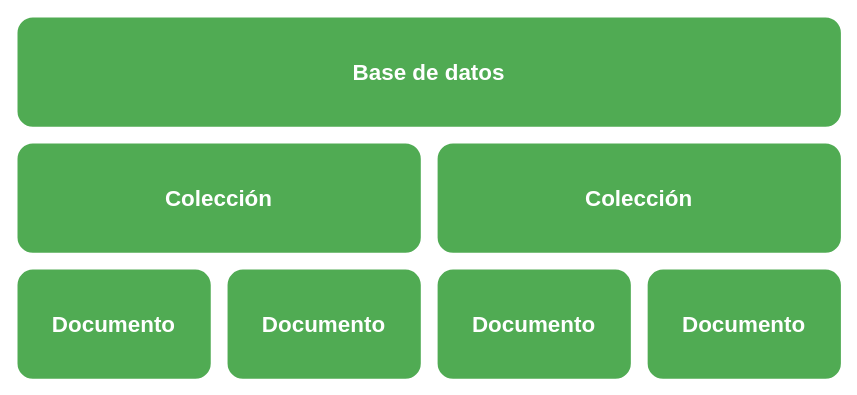
Before: imagenes/notas_de_mongodb/componentes_de_mongodb.svg, a diagram exported from draw.io (joseesco24/notas_de_desarrollo). Source tidied: cells renumbered, new cells last; positions are measured from the earlier drawing's top-left corner, leaving out a move shared by most shapes.
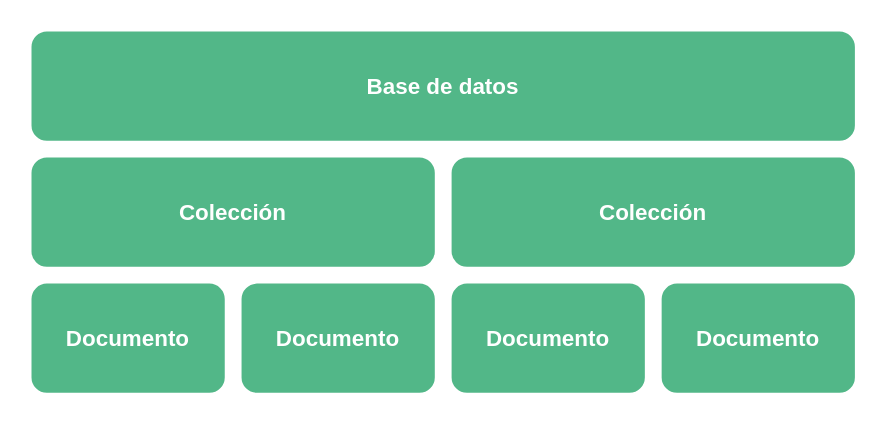
The same file after the commit.

Commit message:
mejoas en las graficas de las notas de mongodb

What changed in the source:
```diff
@@ -2,25 +2,25 @@
   <root>
     <mxCell id="0" />
     <mxCell id="1" parent="0" />
-    <mxCell id="2" value="&lt;b&gt;&lt;font color=&quot;#ffffff&quot; style=&quot;font-size: 16px&quot;&gt;Documento&lt;/font&gt;&lt;/b&gt;" style="rounded=1;whiteSpace=wrap;html=1;strokeWidth=2;fillColor=#50AB53;strokeColor=#FFFFFF;" parent="1" vertex="1">
+    <mxCell id="2" value="&lt;b&gt;&lt;font color=&quot;#ffffff&quot; style=&quot;font-size: 16px&quot;&gt;Documento&lt;/font&gt;&lt;/b&gt;" style="rounded=1;whiteSpace=wrap;html=1;strokeWidth=2;strokeColor=#FFFFFF;fillColor=#52B788;" parent="1" vertex="1">
       <mxGeometry x="300" y="180" width="140" height="80" as="geometry" />
     </mxCell>
-    <mxCell id="3" value="&lt;b&gt;&lt;font color=&quot;#ffffff&quot; style=&quot;font-size: 16px&quot;&gt;Documento&lt;/font&gt;&lt;/b&gt;" style="rounded=1;whiteSpace=wrap;html=1;strokeWidth=2;fillColor=#50AB53;strokeColor=#FFFFFF;" parent="1" vertex="1">
+    <mxCell id="3" value="&lt;b&gt;&lt;font color=&quot;#ffffff&quot; style=&quot;font-size: 16px&quot;&gt;Documento&lt;/font&gt;&lt;/b&gt;" style="rounded=1;whiteSpace=wrap;html=1;strokeWidth=2;strokeColor=#FFFFFF;fillColor=#52B788;" parent="1" vertex="1">
       <mxGeometry x="450" y="180" width="140" height="80" as="geometry" />
     </mxCell>
-    <mxCell id="4" value="&lt;b&gt;&lt;font color=&quot;#ffffff&quot; style=&quot;font-size: 16px&quot;&gt;Documento&lt;/font&gt;&lt;/b&gt;" style="rounded=1;whiteSpace=wrap;html=1;strokeWidth=2;fillColor=#50AB53;strokeColor=#FFFFFF;" parent="1" vertex="1">
+    <mxCell id="4" value="&lt;b&gt;&lt;font color=&quot;#ffffff&quot; style=&quot;font-size: 16px&quot;&gt;Documento&lt;/font&gt;&lt;/b&gt;" style="rounded=1;whiteSpace=wrap;html=1;strokeWidth=2;strokeColor=#FFFFFF;fillColor=#52B788;" parent="1" vertex="1">
       <mxGeometry x="150" y="180" width="140" height="80" as="geometry" />
     </mxCell>
-    <mxCell id="5" value="&lt;b&gt;&lt;font color=&quot;#ffffff&quot; style=&quot;font-size: 16px&quot;&gt;Documento&lt;/font&gt;&lt;/b&gt;" style="rounded=1;whiteSpace=wrap;html=1;strokeWidth=2;fillColor=#50AB53;strokeColor=#FFFFFF;" parent="1" vertex="1">
+    <mxCell id="5" value="&lt;b&gt;&lt;font color=&quot;#ffffff&quot; style=&quot;font-size: 16px&quot;&gt;Documento&lt;/font&gt;&lt;/b&gt;" style="rounded=1;whiteSpace=wrap;html=1;strokeWidth=2;strokeColor=#FFFFFF;fillColor=#52B788;" parent="1" vertex="1">
       <mxGeometry y="180" width="140" height="80" as="geometry" />
     </mxCell>
-    <mxCell id="6" value="&lt;b&gt;&lt;font color=&quot;#ffffff&quot; style=&quot;font-size: 16px&quot;&gt;Colección&lt;/font&gt;&lt;/b&gt;" style="rounded=1;whiteSpace=wrap;html=1;strokeWidth=2;fillColor=#50AB53;strokeColor=#FFFFFF;" parent="1" vertex="1">
+    <mxCell id="6" value="&lt;b&gt;&lt;font color=&quot;#ffffff&quot; style=&quot;font-size: 16px&quot;&gt;Colección&lt;/font&gt;&lt;/b&gt;" style="rounded=1;whiteSpace=wrap;html=1;strokeWidth=2;strokeColor=#FFFFFF;fillColor=#52B788;" parent="1" vertex="1">
       <mxGeometry y="90" width="290" height="80" as="geometry" />
     </mxCell>
-    <mxCell id="7" value="&lt;font color=&quot;#ffffff&quot;&gt;&lt;span style=&quot;font-size: 16px&quot;&gt;&lt;b&gt;Colección&lt;/b&gt;&lt;/span&gt;&lt;/font&gt;" style="rounded=1;whiteSpace=wrap;html=1;strokeWidth=2;fillColor=#50AB53;strokeColor=#FFFFFF;" parent="1" vertex="1">
+    <mxCell id="7" value="&lt;font color=&quot;#ffffff&quot;&gt;&lt;span style=&quot;font-size: 16px&quot;&gt;&lt;b&gt;Colección&lt;/b&gt;&lt;/span&gt;&lt;/font&gt;" style="rounded=1;whiteSpace=wrap;html=1;strokeWidth=2;strokeColor=#FFFFFF;fillColor=#52B788;" parent="1" vertex="1">
       <mxGeometry x="300" y="90" width="290" height="80" as="geometry" />
     </mxCell>
-    <mxCell id="8" value="&lt;b&gt;&lt;font color=&quot;#ffffff&quot; style=&quot;font-size: 16px&quot;&gt;Base de datos&lt;/font&gt;&lt;/b&gt;" style="rounded=1;whiteSpace=wrap;html=1;strokeWidth=2;fillColor=#50AB53;strokeColor=#FFFFFF;" parent="1" vertex="1">
+    <mxCell id="8" value="&lt;b&gt;&lt;font color=&quot;#ffffff&quot; style=&quot;font-size: 16px&quot;&gt;Base de datos&lt;/font&gt;&lt;/b&gt;" style="rounded=1;whiteSpace=wrap;html=1;strokeWidth=2;strokeColor=#FFFFFF;fillColor=#52B788;" parent="1" vertex="1">
       <mxGeometry width="590" height="80" as="geometry" />
     </mxCell>
   </root>
```
